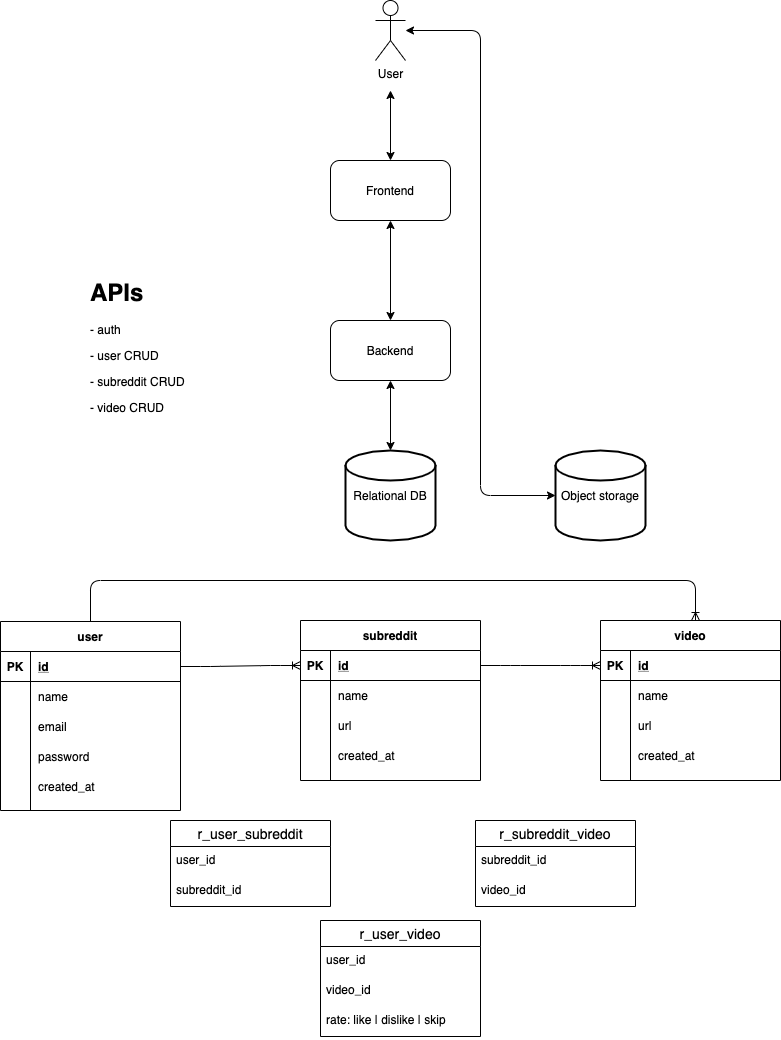
Earlier version of the draw.io export system-design.png (kzkaneoka/reddit-short-videos). Source tidied: cells renumbered, new cells last; positions are measured from the earlier drawing's top-left corner, leaving out a move shared by most shapes.
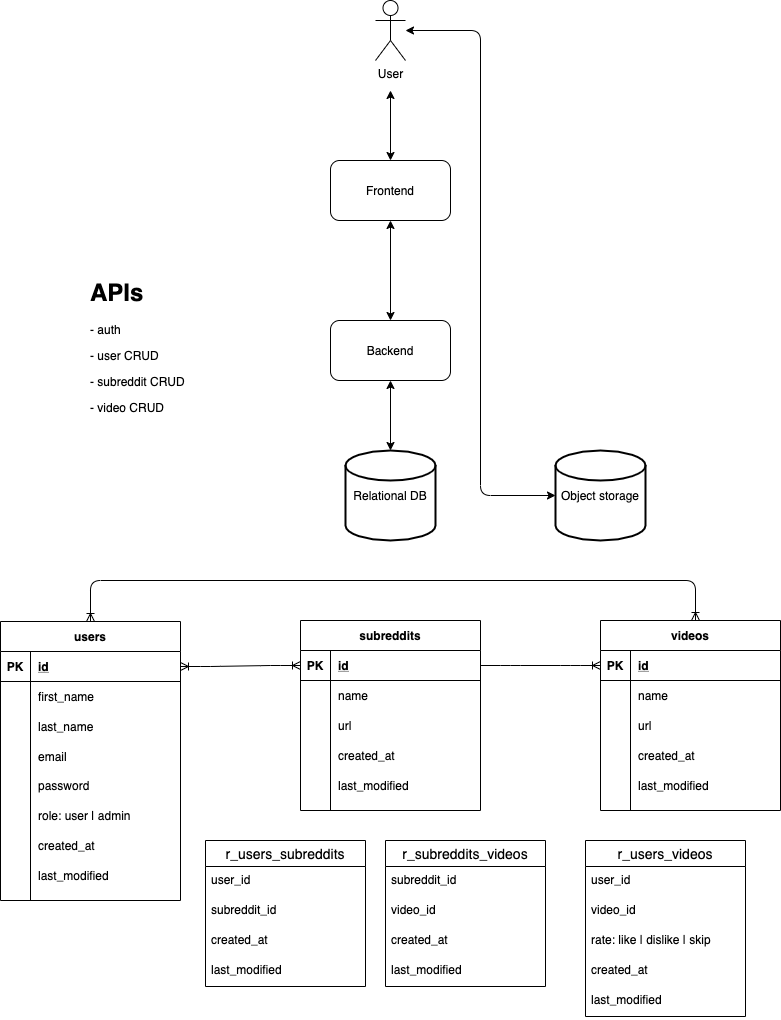
Later version of the same file.

Diff of the diagram source:
```diff
@@ -14,8 +14,8 @@
     <mxCell id="5" value="Relational DB" style="strokeWidth=2;html=1;shape=mxgraph.flowchart.database;whiteSpace=wrap;" parent="1" vertex="1">
       <mxGeometry x="345" y="450" width="90" height="90" as="geometry" />
     </mxCell>
-    <mxCell id="6" value="user" style="shape=table;startSize=30;rowLines=0;fontStyle=1;align=center;" parent="1" vertex="1">
-      <mxGeometry y="621" width="180" height="189" as="geometry" />
+    <mxCell id="6" value="users" style="shape=table;startSize=30;rowLines=0;fontStyle=1;align=center;" parent="1" vertex="1">
+      <mxGeometry y="621" width="180" height="279" as="geometry" />
     </mxCell>
     <mxCell id="7" style="shape=partialRectangle;fillColor=none;top=0;left=0;bottom=1;right=0;points=[[0,0.5],[1,0.5]];portConstraint=eastwest;" parent="6" vertex="1">
       <mxGeometry y="30" width="180" height="30" as="geometry" />
@@ -32,38 +32,65 @@
     <mxCell id="11" style="shape=partialRectangle;fillColor=none;top=0;left=0;bottom=0;right=0;overflow=hidden;" parent="10" vertex="1">
       <mxGeometry width="30" height="30" as="geometry" />
     </mxCell>
-    <mxCell id="12" value="name" style="shape=partialRectangle;fillColor=none;top=0;left=0;bottom=0;right=0;align=left;spacingLeft=6;overflow=hidden;" parent="10" vertex="1">
+    <mxCell id="12" value="first_name" style="shape=partialRectangle;fillColor=none;top=0;left=0;bottom=0;right=0;align=left;spacingLeft=6;overflow=hidden;" parent="10" vertex="1">
       <mxGeometry x="30" width="150" height="30" as="geometry" />
     </mxCell>
-    <mxCell id="13" style="shape=partialRectangle;fillColor=none;top=0;left=0;bottom=0;right=0;" parent="6" vertex="1">
-      <mxGeometry y="90" width="180" height="30" as="geometry" />
-    </mxCell>
-    <mxCell id="14" style="shape=partialRectangle;fillColor=none;top=0;left=0;bottom=0;right=0;overflow=hidden;" parent="13" vertex="1">
-      <mxGeometry width="30" height="30" as="geometry" />
-    </mxCell>
-    <mxCell id="15" value="email" style="shape=partialRectangle;fillColor=none;top=0;left=0;bottom=0;right=0;align=left;spacingLeft=6;overflow=hidden;" parent="13" vertex="1">
-      <mxGeometry x="30" width="150" height="30" as="geometry" />
-    </mxCell>
     <mxCell id="16" style="shape=partialRectangle;fillColor=none;top=0;left=0;bottom=0;right=0;" parent="6" vertex="1">
-      <mxGeometry y="120" width="180" height="30" as="geometry" />
+      <mxGeometry y="90" width="180" height="30" as="geometry" />
     </mxCell>
     <mxCell id="17" style="shape=partialRectangle;fillColor=none;top=0;left=0;bottom=0;right=0;overflow=hidden;" parent="16" vertex="1">
       <mxGeometry width="30" height="30" as="geometry" />
     </mxCell>
-    <mxCell id="18" value="password" style="shape=partialRectangle;fillColor=none;top=0;left=0;bottom=0;right=0;align=left;spacingLeft=6;overflow=hidden;" parent="16" vertex="1">
+    <mxCell id="18" value="last_name" style="shape=partialRectangle;fillColor=none;top=0;left=0;bottom=0;right=0;align=left;spacingLeft=6;overflow=hidden;" parent="16" vertex="1">
       <mxGeometry x="30" width="150" height="30" as="geometry" />
     </mxCell>
     <mxCell id="19" style="shape=partialRectangle;fillColor=none;top=0;left=0;bottom=0;right=0;" parent="6" vertex="1">
-      <mxGeometry y="150" width="180" height="30" as="geometry" />
+      <mxGeometry y="120" width="180" height="29" as="geometry" />
     </mxCell>
     <mxCell id="20" style="shape=partialRectangle;fillColor=none;top=0;left=0;bottom=0;right=0;overflow=hidden;" parent="19" vertex="1">
-      <mxGeometry width="30" height="30" as="geometry" />
+      <mxGeometry width="30" height="29" as="geometry" />
     </mxCell>
-    <mxCell id="21" value="created_at" style="shape=partialRectangle;fillColor=none;top=0;left=0;bottom=0;right=0;align=left;spacingLeft=6;overflow=hidden;" parent="19" vertex="1">
-      <mxGeometry x="30" width="150" height="30" as="geometry" />
+    <mxCell id="21" value="email" style="shape=partialRectangle;fillColor=none;top=0;left=0;bottom=0;right=0;align=left;spacingLeft=6;overflow=hidden;" parent="19" vertex="1">
+      <mxGeometry x="30" width="150" height="29" as="geometry" />
     </mxCell>
+    <mxCell id="67" style="shape=partialRectangle;fillColor=none;top=0;left=0;bottom=0;right=0;" parent="6" vertex="1">
+      <mxGeometry y="149" width="180" height="30" as="geometry" />
+    </mxCell>
+    <mxCell id="68" style="shape=partialRectangle;fillColor=none;top=0;left=0;bottom=0;right=0;overflow=hidden;" parent="67" vertex="1">
+      <mxGeometry width="30" height="30" as="geometry" />
+    </mxCell>
+    <mxCell id="69" value="password" style="shape=partialRectangle;fillColor=none;top=0;left=0;bottom=0;right=0;align=left;spacingLeft=6;overflow=hidden;" parent="67" vertex="1">
+      <mxGeometry x="30" width="150" height="30" as="geometry" />
+    </mxCell>
+    <mxCell id="70" style="shape=partialRectangle;fillColor=none;top=0;left=0;bottom=0;right=0;" parent="6" vertex="1">
+      <mxGeometry y="179" width="180" height="30" as="geometry" />
+    </mxCell>
+    <mxCell id="71" style="shape=partialRectangle;fillColor=none;top=0;left=0;bottom=0;right=0;overflow=hidden;" parent="70" vertex="1">
+      <mxGeometry width="30" height="30" as="geometry" />
+    </mxCell>
+    <mxCell id="72" value="role: user | admin" style="shape=partialRectangle;fillColor=none;top=0;left=0;bottom=0;right=0;align=left;spacingLeft=6;overflow=hidden;" parent="70" vertex="1">
+      <mxGeometry x="30" width="150" height="30" as="geometry" />
+    </mxCell>
+    <mxCell id="73" style="shape=partialRectangle;fillColor=none;top=0;left=0;bottom=0;right=0;" parent="6" vertex="1">
+      <mxGeometry y="209" width="180" height="30" as="geometry" />
+    </mxCell>
+    <mxCell id="74" style="shape=partialRectangle;fillColor=none;top=0;left=0;bottom=0;right=0;overflow=hidden;" parent="73" vertex="1">
+      <mxGeometry width="30" height="30" as="geometry" />
+    </mxCell>
+    <mxCell id="75" value="created_at" style="shape=partialRectangle;fillColor=none;top=0;left=0;bottom=0;right=0;align=left;spacingLeft=6;overflow=hidden;" parent="73" vertex="1">
+      <mxGeometry x="30" width="150" height="30" as="geometry" />
+    </mxCell>
+    <mxCell id="76" style="shape=partialRectangle;fillColor=none;top=0;left=0;bottom=0;right=0;" parent="6" vertex="1">
+      <mxGeometry y="239" width="180" height="30" as="geometry" />
+    </mxCell>
+    <mxCell id="77" style="shape=partialRectangle;fillColor=none;top=0;left=0;bottom=0;right=0;overflow=hidden;" parent="76" vertex="1">
+      <mxGeometry width="30" height="30" as="geometry" />
+    </mxCell>
+    <mxCell id="78" value="last_modified" style="shape=partialRectangle;fillColor=none;top=0;left=0;bottom=0;right=0;align=left;spacingLeft=6;overflow=hidden;" parent="76" vertex="1">
+      <mxGeometry x="30" width="150" height="30" as="geometry" />
+    </mxCell>
-    <mxCell id="22" value="subreddit" style="shape=table;startSize=30;rowLines=0;fontStyle=1;align=center;" parent="1" vertex="1">
-      <mxGeometry x="300" y="620" width="180" height="160" as="geometry" />
+    <mxCell id="22" value="subreddits" style="shape=table;startSize=30;rowLines=0;fontStyle=1;align=center;" parent="1" vertex="1">
+      <mxGeometry x="300" y="620" width="180" height="190" as="geometry" />
     </mxCell>
     <mxCell id="23" style="shape=partialRectangle;fillColor=none;top=0;left=0;bottom=1;right=0;points=[[0,0.5],[1,0.5]];portConstraint=eastwest;" parent="22" vertex="1">
       <mxGeometry y="30" width="180" height="30" as="geometry" />
@@ -92,17 +119,26 @@
     <mxCell id="31" value="url" style="shape=partialRectangle;fillColor=none;top=0;left=0;bottom=0;right=0;align=left;spacingLeft=6;overflow=hidden;" parent="29" vertex="1">
       <mxGeometry x="30" width="150" height="30" as="geometry" />
     </mxCell>
+    <mxCell id="79" style="shape=partialRectangle;fillColor=none;top=0;left=0;bottom=0;right=0;" parent="22" vertex="1">
+      <mxGeometry y="120" width="180" height="30" as="geometry" />
+    </mxCell>
+    <mxCell id="80" style="shape=partialRectangle;fillColor=none;top=0;left=0;bottom=0;right=0;overflow=hidden;" parent="79" vertex="1">
+      <mxGeometry width="30" height="30" as="geometry" />
+    </mxCell>
+    <mxCell id="81" value="created_at" style="shape=partialRectangle;fillColor=none;top=0;left=0;bottom=0;right=0;align=left;spacingLeft=6;overflow=hidden;" parent="79" vertex="1">
+      <mxGeometry x="30" width="150" height="30" as="geometry" />
+    </mxCell>
     <mxCell id="32" style="shape=partialRectangle;fillColor=none;top=0;left=0;bottom=0;right=0;" parent="22" vertex="1">
-      <mxGeometry y="120" width="180" height="30" as="geometry" />
+      <mxGeometry y="150" width="180" height="30" as="geometry" />
     </mxCell>
     <mxCell id="33" style="shape=partialRectangle;fillColor=none;top=0;left=0;bottom=0;right=0;overflow=hidden;" parent="32" vertex="1">
       <mxGeometry width="30" height="30" as="geometry" />
     </mxCell>
-    <mxCell id="34" value="created_at" style="shape=partialRectangle;fillColor=none;top=0;left=0;bottom=0;right=0;align=left;spacingLeft=6;overflow=hidden;" parent="32" vertex="1">
+    <mxCell id="34" value="last_modified" style="shape=partialRectangle;fillColor=none;top=0;left=0;bottom=0;right=0;align=left;spacingLeft=6;overflow=hidden;" parent="32" vertex="1">
       <mxGeometry x="30" width="150" height="30" as="geometry" />
     </mxCell>
-    <mxCell id="35" value="video" style="shape=table;startSize=30;rowLines=0;fontStyle=1;align=center;" parent="1" vertex="1">
-      <mxGeometry x="600" y="620" width="180" height="160" as="geometry" />
+    <mxCell id="35" value="videos" style="shape=table;startSize=30;rowLines=0;fontStyle=1;align=center;" parent="1" vertex="1">
+      <mxGeometry x="600" y="620" width="180" height="190" as="geometry" />
     </mxCell>
     <mxCell id="36" style="shape=partialRectangle;fillColor=none;top=0;left=0;bottom=1;right=0;points=[[0,0.5],[1,0.5]];portConstraint=eastwest;" parent="35" vertex="1">
       <mxGeometry y="30" width="180" height="30" as="geometry" />
@@ -140,43 +176,22 @@
     <mxCell id="47" value="created_at" style="shape=partialRectangle;fillColor=none;top=0;left=0;bottom=0;right=0;align=left;spacingLeft=6;overflow=hidden;" parent="45" vertex="1">
       <mxGeometry x="30" width="150" height="30" as="geometry" />
     </mxCell>
+    <mxCell id="82" style="shape=partialRectangle;fillColor=none;top=0;left=0;bottom=0;right=0;" parent="35" vertex="1">
+      <mxGeometry y="150" width="180" height="30" as="geometry" />
+    </mxCell>
+    <mxCell id="83" style="shape=partialRectangle;fillColor=none;top=0;left=0;bottom=0;right=0;overflow=hidden;" parent="82" vertex="1">
+      <mxGeometry width="30" height="30" as="geometry" />
+    </mxCell>
+    <mxCell id="84" value="last_modified" style="shape=partialRectangle;fillColor=none;top=0;left=0;bottom=0;right=0;align=left;spacingLeft=6;overflow=hidden;" parent="82" vertex="1">
+      <mxGeometry x="30" width="150" height="30" as="geometry" />
+    </mxCell>
-    <mxCell id="48" style="edgeStyle=entityRelationEdgeStyle;fontSize=12;html=1;endArrow=ERoneToMany;" parent="1" edge="1" source="7" target="23">
+    <mxCell id="48" style="edgeStyle=entityRelationEdgeStyle;fontSize=12;html=1;endArrow=ERoneToMany;startArrow=ERoneToMany;startFill=0;" parent="1" edge="1" source="7" target="23">
       <mxGeometry relative="1" as="geometry" />
     </mxCell>
     <mxCell id="49" style="edgeStyle=entityRelationEdgeStyle;fontSize=12;html=1;endArrow=ERoneToMany;" parent="1" edge="1" source="23" target="36">
       <mxGeometry relative="1" as="geometry" />
     </mxCell>
-    <mxCell id="50" value="r_user_subreddit" style="swimlane;fontStyle=0;horizontal=1;startSize=26;align=center;fontSize=14;" parent="1" vertex="1">
-      <mxGeometry x="170" y="820" width="160" height="86" as="geometry" />
-    </mxCell>
-    <mxCell id="51" value="user_id" style="text;strokeColor=none;fillColor=none;spacingLeft=4;spacingRight=4;overflow=hidden;fontSize=12;" parent="50" vertex="1">
-      <mxGeometry y="26" width="160" height="30" as="geometry" />
-    </mxCell>
-    <mxCell id="52" value="subreddit_id" style="text;strokeColor=none;fillColor=none;spacingLeft=4;spacingRight=4;overflow=hidden;fontSize=12;" parent="50" vertex="1">
-      <mxGeometry y="56" width="160" height="30" as="geometry" />
-    </mxCell>
-    <mxCell id="53" value="r_subreddit_video" style="swimlane;fontStyle=0;horizontal=1;startSize=26;align=center;fontSize=14;" parent="1" vertex="1">
-      <mxGeometry x="475" y="820" width="160" height="86" as="geometry" />
-    </mxCell>
-    <mxCell id="54" value="subreddit_id" style="text;strokeColor=none;fillColor=none;spacingLeft=4;spacingRight=4;overflow=hidden;fontSize=12;" parent="53" vertex="1">
-      <mxGeometry y="26" width="160" height="30" as="geometry" />
-    </mxCell>
-    <mxCell id="55" value="video_id" style="text;strokeColor=none;fillColor=none;spacingLeft=4;spacingRight=4;overflow=hidden;fontSize=12;" parent="53" vertex="1">
-      <mxGeometry y="56" width="160" height="30" as="geometry" />
-    </mxCell>
-    <mxCell id="56" value="r_user_video" style="swimlane;fontStyle=0;horizontal=1;startSize=26;align=center;fontSize=14;" parent="1" vertex="1">
-      <mxGeometry x="320" y="920" width="160" height="116" as="geometry" />
-    </mxCell>
-    <mxCell id="57" value="user_id" style="text;strokeColor=none;fillColor=none;spacingLeft=4;spacingRight=4;overflow=hidden;fontSize=12;" parent="56" vertex="1">
-      <mxGeometry y="26" width="160" height="30" as="geometry" />
-    </mxCell>
-    <mxCell id="58" value="video_id" style="text;strokeColor=none;fillColor=none;spacingLeft=4;spacingRight=4;overflow=hidden;fontSize=12;" parent="56" vertex="1">
-      <mxGeometry y="56" width="160" height="30" as="geometry" />
-    </mxCell>
-    <mxCell id="59" value="rate: like | dislike | skip" style="text;strokeColor=none;fillColor=none;spacingLeft=4;spacingRight=4;overflow=hidden;fontSize=12;" parent="56" vertex="1">
-      <mxGeometry y="86" width="160" height="30" as="geometry" />
-    </mxCell>
-    <mxCell id="60" style="edgeStyle=orthogonalEdgeStyle;fontSize=12;html=1;endArrow=ERoneToMany;" parent="1" edge="1" source="6" target="35">
+    <mxCell id="60" style="edgeStyle=orthogonalEdgeStyle;fontSize=12;html=1;endArrow=ERoneToMany;startArrow=ERoneToMany;startFill=0;" parent="1" edge="1" source="6" target="35">
       <mxGeometry relative="1" as="geometry">
         <Array as="points">
           <mxPoint x="90" y="580" />
@@ -204,5 +219,53 @@
     <mxCell id="66" value="&lt;h1&gt;APIs&lt;/h1&gt;&lt;p&gt;- auth&lt;/p&gt;&lt;p&gt;- user CRUD&lt;/p&gt;&lt;p&gt;- subreddit CRUD&lt;/p&gt;&lt;p&gt;- video CRUD&lt;/p&gt;" style="text;html=1;strokeColor=none;fillColor=none;spacing=5;spacingTop=-20;whiteSpace=wrap;overflow=hidden;rounded=0;" parent="1" vertex="1">
       <mxGeometry x="85" y="272.5" width="190" height="155" as="geometry" />
     </mxCell>
+    <mxCell id="85" value="r_subreddits_videos" style="swimlane;fontStyle=0;horizontal=1;startSize=26;align=center;fontSize=14;" parent="1" vertex="1">
+      <mxGeometry x="385" y="840" width="160" height="146" as="geometry" />
+    </mxCell>
+    <mxCell id="54" value="subreddit_id" style="text;strokeColor=none;fillColor=none;spacingLeft=4;spacingRight=4;overflow=hidden;fontSize=12;" parent="85" vertex="1">
+      <mxGeometry y="26" width="160" height="30" as="geometry" />
+    </mxCell>
+    <mxCell id="86" value="video_id" style="text;strokeColor=none;fillColor=none;spacingLeft=4;spacingRight=4;overflow=hidden;fontSize=12;" parent="85" vertex="1">
+      <mxGeometry y="56" width="160" height="30" as="geometry" />
+    </mxCell>
+    <mxCell id="87" value="created_at" style="text;strokeColor=none;fillColor=none;spacingLeft=4;spacingRight=4;overflow=hidden;fontSize=12;" parent="85" vertex="1">
+      <mxGeometry y="86" width="160" height="30" as="geometry" />
+    </mxCell>
+    <mxCell id="88" value="last_modified" style="text;strokeColor=none;fillColor=none;spacingLeft=4;spacingRight=4;overflow=hidden;fontSize=12;" parent="85" vertex="1">
+      <mxGeometry y="116" width="160" height="30" as="geometry" />
+    </mxCell>
+    <mxCell id="89" value="r_users_subreddits" style="swimlane;fontStyle=0;horizontal=1;startSize=26;align=center;fontSize=14;" parent="1" vertex="1">
+      <mxGeometry x="205" y="840" width="160" height="146" as="geometry" />
+    </mxCell>
+    <mxCell id="90" value="user_id" style="text;strokeColor=none;fillColor=none;spacingLeft=4;spacingRight=4;overflow=hidden;fontSize=12;" parent="89" vertex="1">
+      <mxGeometry y="26" width="160" height="30" as="geometry" />
+    </mxCell>
+    <mxCell id="52" value="subreddit_id" style="text;strokeColor=none;fillColor=none;spacingLeft=4;spacingRight=4;overflow=hidden;fontSize=12;" parent="89" vertex="1">
+      <mxGeometry y="56" width="160" height="30" as="geometry" />
+    </mxCell>
+    <mxCell id="91" value="created_at" style="text;strokeColor=none;fillColor=none;spacingLeft=4;spacingRight=4;overflow=hidden;fontSize=12;" parent="89" vertex="1">
+      <mxGeometry y="86" width="160" height="30" as="geometry" />
+    </mxCell>
+    <mxCell id="92" value="last_modified" style="text;strokeColor=none;fillColor=none;spacingLeft=4;spacingRight=4;overflow=hidden;fontSize=12;" parent="89" vertex="1">
+      <mxGeometry y="116" width="160" height="30" as="geometry" />
+    </mxCell>
+    <mxCell id="93" value="r_users_videos" style="swimlane;fontStyle=0;horizontal=1;startSize=26;align=center;fontSize=14;" parent="1" vertex="1">
+      <mxGeometry x="585" y="840" width="160" height="176" as="geometry" />
+    </mxCell>
+    <mxCell id="94" value="user_id" style="text;strokeColor=none;fillColor=none;spacingLeft=4;spacingRight=4;overflow=hidden;fontSize=12;" parent="93" vertex="1">
+      <mxGeometry y="26" width="160" height="30" as="geometry" />
+    </mxCell>
+    <mxCell id="95" value="video_id" style="text;strokeColor=none;fillColor=none;spacingLeft=4;spacingRight=4;overflow=hidden;fontSize=12;" parent="93" vertex="1">
+      <mxGeometry y="56" width="160" height="30" as="geometry" />
+    </mxCell>
+    <mxCell id="59" value="rate: like | dislike | skip" style="text;strokeColor=none;fillColor=none;spacingLeft=4;spacingRight=4;overflow=hidden;fontSize=12;" parent="93" vertex="1">
+      <mxGeometry y="86" width="160" height="30" as="geometry" />
+    </mxCell>
+    <mxCell id="96" value="created_at" style="text;strokeColor=none;fillColor=none;spacingLeft=4;spacingRight=4;overflow=hidden;fontSize=12;" parent="93" vertex="1">
+      <mxGeometry y="116" width="160" height="30" as="geometry" />
+    </mxCell>
+    <mxCell id="97" value="last_modified" style="text;strokeColor=none;fillColor=none;spacingLeft=4;spacingRight=4;overflow=hidden;fontSize=12;" parent="93" vertex="1">
+      <mxGeometry y="146" width="160" height="30" as="geometry" />
+    </mxCell>
   </root>
 </mxGraphModel>
```
